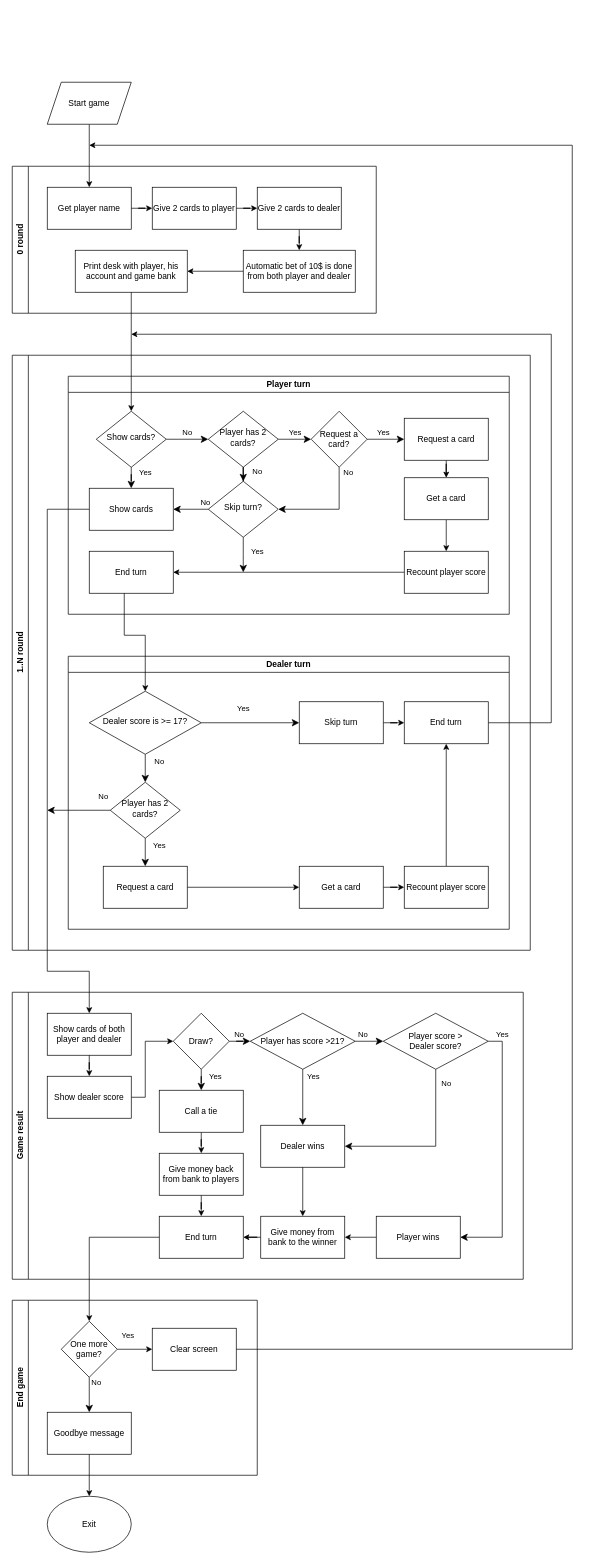
PrimusInterPares/BlackJack-game keeps this draw.io diagram as Diagrams/Game_flow.drawio. Above is the earlier version. Source tidied: cells renumbered, new cells numbered last; positions are measured from the earlier drawing's top-left corner, leaving out a move shared by most shapes. Both pictures are drawn from the tidied source at 70%, with x=0, y=0 at pixel (12, 82).
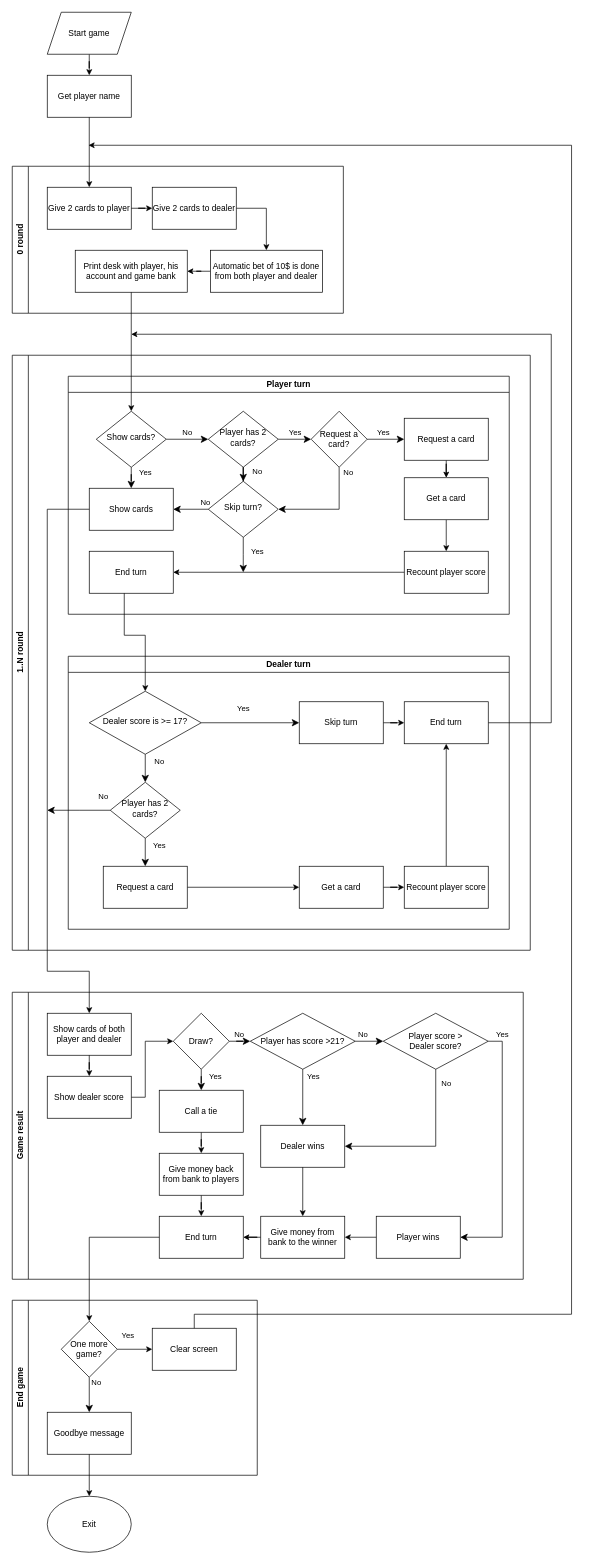
The same page after the edit.

Commit message:
Removed getting player name from 0 Round so game won't ask the name again if a player wants to play again

Unchanged cells that the change refers to:
```xml
<mxCell id="89" value="Clear screen" style="rounded=0;whiteSpace=wrap;html=1;" parent="85" vertex="1">
  <mxGeometry x="200" y="40" width="120" height="60" as="geometry" />
</mxCell>
```

Change to the diagram source:
```diff
@@
     <mxCell id="4" value="Start game" style="shape=parallelogram;perimeter=parallelogramPerimeter;whiteSpace=wrap;html=1;fixedSize=1;" parent="1" vertex="1">
-      <mxGeometry x="50" width="120" height="60" as="geometry" />
+      <mxGeometry x="50" y="-100" width="120" height="60" as="geometry" />
     </mxCell>
     <mxCell id="5" value="0 round" style="swimlane;horizontal=0;whiteSpace=wrap;html=1;" parent="1" vertex="1">
-      <mxGeometry y="120" width="520" height="210" as="geometry" />
+      <mxGeometry y="120" width="473" height="210" as="geometry" />
     </mxCell>
-    <mxCell id="6" value="Get player&amp;nbsp;name" style="rounded=0;whiteSpace=wrap;html=1;" parent="5" vertex="1">
-      <mxGeometry x="50" y="30" width="120" height="60" as="geometry" />
-    </mxCell>
     <mxCell id="7" value="Give 2 cards to player" style="rounded=0;whiteSpace=wrap;html=1;" parent="5" vertex="1">
-      <mxGeometry x="200" y="30" width="120" height="60" as="geometry" />
+      <mxGeometry x="50" y="30" width="120" height="60" as="geometry" />
     </mxCell>
-    <mxCell id="8" style="edgeStyle=orthogonalEdgeStyle;rounded=0;jettySize=auto;html=1;" parent="5" edge="1" source="6" target="7">
-      <mxGeometry relative="1" as="geometry" />
-    </mxCell>
-    <mxCell id="9" style="rounded=0;jettySize=auto;html=1;edgeStyle=orthogonalEdgeStyle;" parent="5" edge="1" source="10" target="13">
+    <mxCell id="9" style="rounded=0;jettySize=auto;html=1;edgeStyle=orthogonalEdgeStyle;exitX=1;exitY=0.5;exitDx=0;exitDy=0;" parent="5" edge="1" source="10" target="13">
       <mxGeometry relative="1" as="geometry" />
     </mxCell>
     <mxCell id="10" value="Give 2 cards to dealer" style="rounded=0;whiteSpace=wrap;html=1;" parent="5" vertex="1">
-      <mxGeometry x="350" y="30" width="120" height="60" as="geometry" />
+      <mxGeometry x="200" y="30" width="120" height="60" as="geometry" />
     </mxCell>
@@
     <mxCell id="13" value="Automatic bet of 10$ is done from both player and dealer" style="rounded=0;whiteSpace=wrap;html=1;" parent="5" vertex="1">
-      <mxGeometry x="330" y="120" width="160" height="60" as="geometry" />
+      <mxGeometry x="283" y="120" width="160" height="60" as="geometry" />
     </mxCell>
@@
     <mxCell id="93" style="edgeStyle=orthogonalEdgeStyle;rounded=0;jettySize=auto;html=1;" parent="1" edge="1" source="89">
       <mxGeometry relative="1" as="geometry">
-        <mxPoint x="110" y="90" as="targetPoint" />
+        <mxPoint x="109" y="90" as="targetPoint" />
         <Array as="points">
-          <mxPoint x="800" y="1810" />
-          <mxPoint x="800" y="90" />
+          <mxPoint x="260" y="1760" />
+          <mxPoint x="799" y="1760" />
+          <mxPoint x="799" y="90" />
         </Array>
       </mxGeometry>
     </mxCell>
@@
+    <mxCell id="6" value="Get player&amp;nbsp;name" style="rounded=0;whiteSpace=wrap;html=1;" parent="1" vertex="1">
+      <mxGeometry x="50" y="-10" width="120" height="60" as="geometry" />
+    </mxCell>
+    <mxCell id="8" style="edgeStyle=orthogonalEdgeStyle;rounded=0;jettySize=auto;html=1;" parent="1" edge="1" source="6" target="7">
+      <mxGeometry relative="1" as="geometry" />
+    </mxCell>
```
